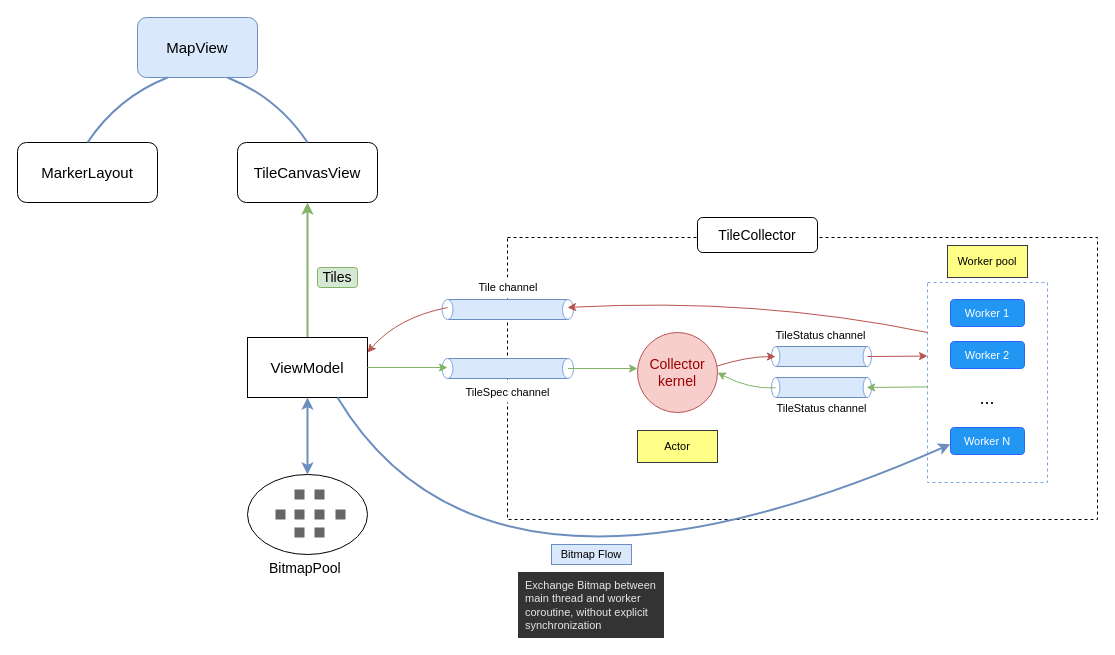
Earlier version of the draw.io diagram doc/technical/mapview/MapView.drawio (p-lr/MapView). Source tidied: cells renumbered, new cells numbered last; positions are measured from the earlier drawing's top-left corner, leaving out a move shared by most shapes. Both pictures are drawn from the tidied source at 100%, with x=0, y=0 at pixel (17, 17).
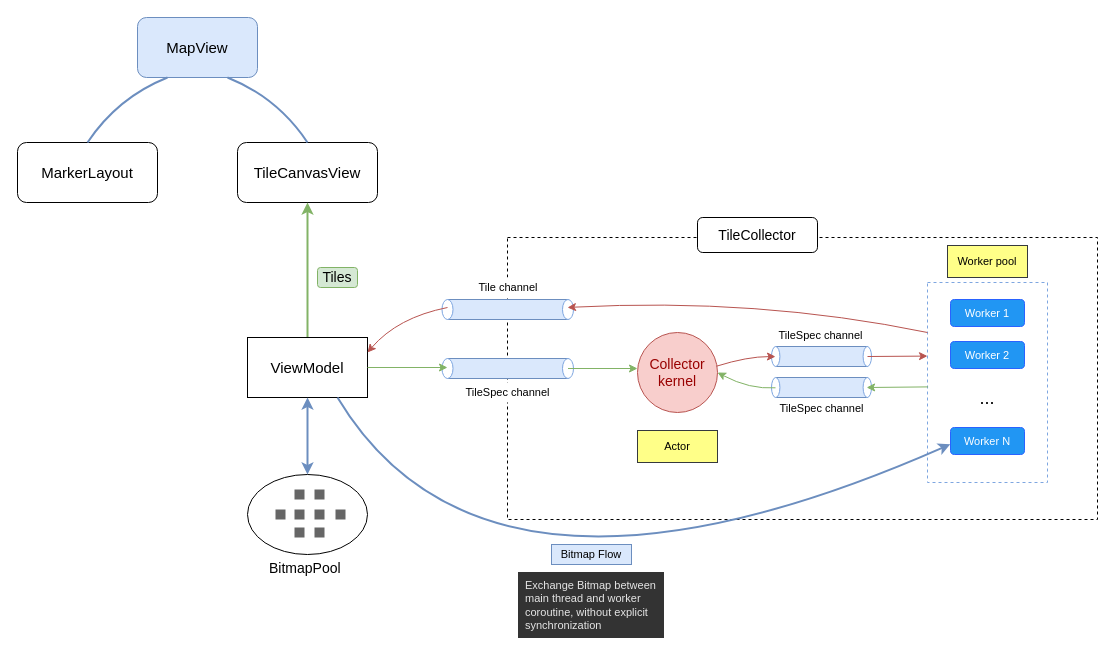
After the change.

The edit, as a diff of the source:
```diff
@@
-    <mxCell id="45" value="TileStatus channel" style="text;html=1;align=center;verticalAlign=middle;whiteSpace=wrap;rounded=0;fontSize=11;fillColor=#ffffff;gradientColor=#ffffff;" parent="1" vertex="1">
+    <mxCell id="45" value="TileSpec channel" style="text;html=1;align=center;verticalAlign=middle;whiteSpace=wrap;rounded=0;fontSize=11;fillColor=#ffffff;gradientColor=#ffffff;" parent="1" vertex="1">
       <mxGeometry x="754" y="308" width="99" height="20" as="geometry" />
     </mxCell>
-    <mxCell id="46" value="TileStatus channel" style="text;html=1;align=center;verticalAlign=middle;whiteSpace=wrap;rounded=0;fontSize=11;fillColor=#ffffff;gradientColor=#ffffff;" parent="1" vertex="1">
+    <mxCell id="46" value="TileSpec channel" style="text;html=1;align=center;verticalAlign=middle;whiteSpace=wrap;rounded=0;fontSize=11;fillColor=#ffffff;gradientColor=#ffffff;" parent="1" vertex="1">
       <mxGeometry x="754.5" y="381" width="99" height="20" as="geometry" />
     </mxCell>
```
